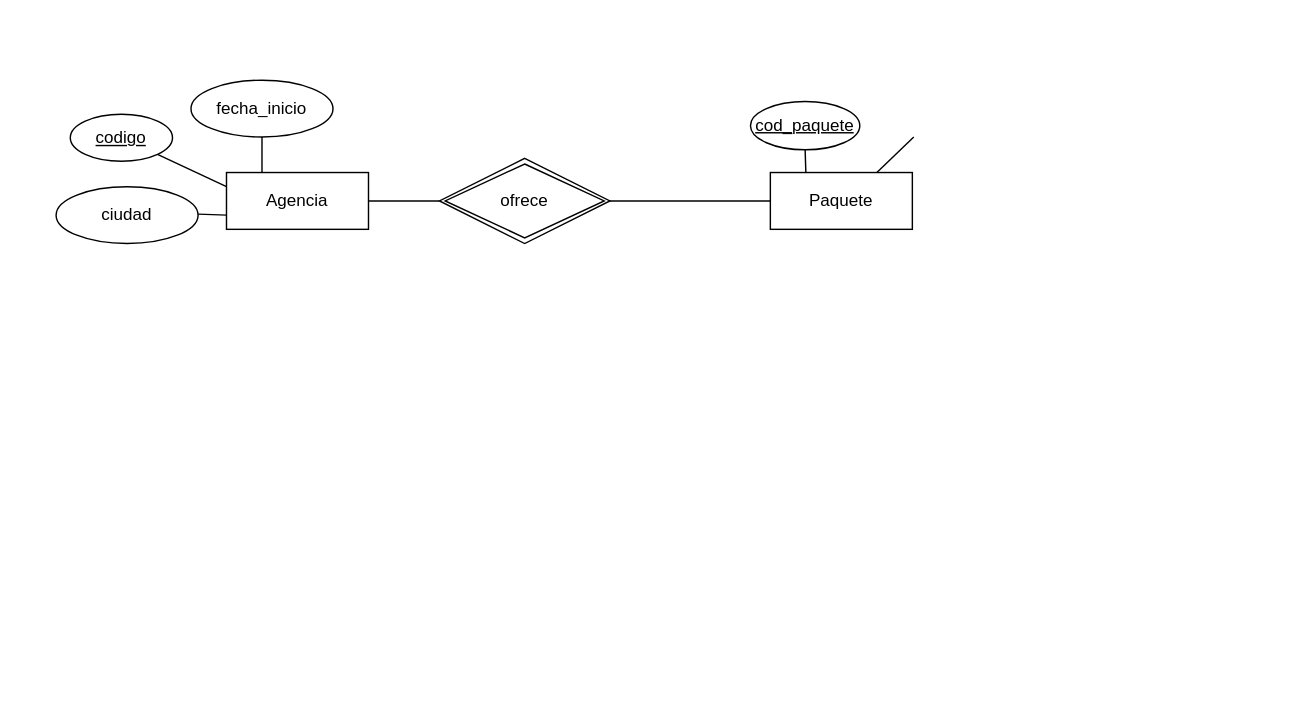
This is practica-1/agencia.drawio from leopoldo109/BDD-UNQ, a draw.io file, before an edit. Source tidied: cells renumbered, new cells numbered last; positions are measured from the earlier drawing's top-left corner, leaving out a move shared by most shapes. Both pictures are drawn from the tidied source at 142%, with x=0, y=0 at pixel (55, 80).
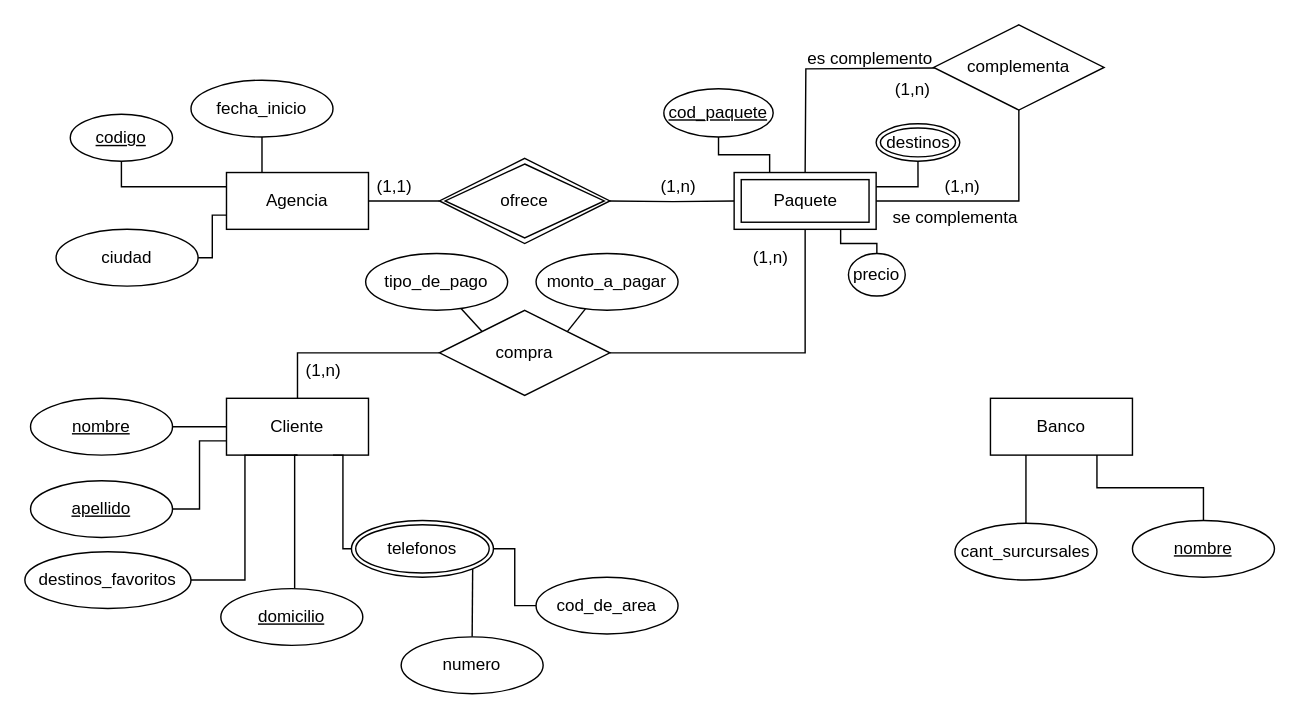
Above is the later version.

The change refers to these unchanged cells:
```xml
<mxCell id="2" value="Agencia" style="whiteSpace=wrap;html=1;align=center;" parent="1" vertex="1">
  <mxGeometry x="120" y="65" width="100" height="40" as="geometry" />
</mxCell>
<mxCell id="8" value="codigo" style="ellipse;whiteSpace=wrap;html=1;align=center;fontStyle=4;" parent="1" vertex="1">
  <mxGeometry x="10" y="24" width="72" height="33" as="geometry" />
</mxCell>
<mxCell id="10" value="ofrece" style="shape=rhombus;double=1;perimeter=rhombusPerimeter;whiteSpace=wrap;html=1;align=center;" parent="1" vertex="1">
  <mxGeometry x="270" y="55" width="120" height="60" as="geometry" />
</mxCell>
```

Change to the diagram source:
```diff
@@
-    <mxCell id="5" style="endArrow=none;html=1;rounded=0;fontSize=12;startSize=8;endSize=8;curved=1;exitX=0;exitY=0.75;exitDx=0;exitDy=0;" parent="1" edge="1" source="2" target="6">
+    <mxCell id="5" style="endArrow=none;html=1;rounded=0;fontSize=12;startSize=8;endSize=8;exitX=0;exitY=0.75;exitDx=0;exitDy=0;edgeStyle=orthogonalEdgeStyle;" parent="1" edge="1" source="2" target="6">
       <mxGeometry relative="1" as="geometry" />
     </mxCell>
     <mxCell id="6" value="ciudad" style="ellipse;whiteSpace=wrap;html=1;align=center;" parent="1" vertex="1">
-      <mxGeometry y="75" width="100" height="40" as="geometry" />
+      <mxGeometry y="105" width="100" height="40" as="geometry" />
     </mxCell>
-    <mxCell id="7" style="endArrow=none;html=1;rounded=0;fontSize=12;startSize=8;endSize=8;curved=1;exitX=0;exitY=0.25;exitDx=0;exitDy=0;" parent="1" edge="1" source="2" target="8">
+    <mxCell id="7" style="endArrow=none;html=1;rounded=0;fontSize=12;startSize=8;endSize=8;exitX=0;exitY=0.25;exitDx=0;exitDy=0;edgeStyle=orthogonalEdgeStyle;" parent="1" edge="1" source="2" target="8">
       <mxGeometry relative="1" as="geometry" />
     </mxCell>
@@
-    <mxCell id="9" style="endArrow=none;html=1;rounded=0;fontSize=12;startSize=8;endSize=8;curved=1;exitX=1;exitY=0.5;exitDx=0;exitDy=0;" parent="1" edge="1" source="2" target="10">
+    <mxCell id="9" style="endArrow=none;html=1;rounded=0;fontSize=12;startSize=8;endSize=8;exitX=1;exitY=0.5;exitDx=0;exitDy=0;edgeStyle=orthogonalEdgeStyle;" parent="1" edge="1" source="2" target="10">
       <mxGeometry relative="1" as="geometry" />
     </mxCell>
@@
-    <mxCell id="11" style="endArrow=none;html=1;rounded=0;fontSize=12;startSize=8;endSize=8;curved=1;exitX=1;exitY=0.5;exitDx=0;exitDy=0;" parent="1" edge="1" target="12">
+    <mxCell id="11" style="endArrow=none;html=1;rounded=0;fontSize=12;startSize=8;endSize=8;exitX=1;exitY=0.5;exitDx=0;exitDy=0;edgeStyle=orthogonalEdgeStyle;" parent="1" edge="1" target="12">
       <mxGeometry relative="1" as="geometry">
         <mxPoint x="390" y="85" as="sourcePoint" />
       </mxGeometry>
     </mxCell>
-    <mxCell id="12" value="Paquete" style="whiteSpace=wrap;html=1;align=center;" parent="1" vertex="1">
-      <mxGeometry x="503" y="65" width="100" height="40" as="geometry" />
-    </mxCell>
-    <mxCell id="13" style="endArrow=none;html=1;rounded=0;fontSize=12;startSize=8;endSize=8;curved=1;exitX=0.25;exitY=0;exitDx=0;exitDy=0;" parent="1" edge="1" source="12" target="14">
+    <mxCell id="13" style="endArrow=none;html=1;rounded=0;fontSize=12;startSize=8;endSize=8;exitX=0.25;exitY=0;exitDx=0;exitDy=0;edgeStyle=orthogonalEdgeStyle;" parent="1" edge="1" source="12" target="14">
       <mxGeometry relative="1" as="geometry" />
     </mxCell>
     <mxCell id="14" value="cod_paquete" style="ellipse;whiteSpace=wrap;html=1;align=center;fontStyle=4;" parent="1" vertex="1">
-      <mxGeometry x="489" y="15" width="77" height="34" as="geometry" />
+      <mxGeometry x="428" y="6" width="77" height="34" as="geometry" />
     </mxCell>
-    <mxCell id="15" style="endArrow=none;html=1;rounded=0;fontSize=12;startSize=8;endSize=8;curved=1;exitX=0.75;exitY=0;exitDx=0;exitDy=0;" parent="1" edge="1" source="12">
-      <mxGeometry relative="1" as="geometry">
-        <mxPoint x="604" y="40" as="targetPoint" />
-      </mxGeometry>
-    </mxCell>
+    <mxCell id="12" value="Paquete" style="shape=ext;margin=3;double=1;whiteSpace=wrap;html=1;align=center;" parent="1" vertex="1">
+      <mxGeometry x="477.5" y="65" width="100" height="40" as="geometry" />
+    </mxCell>
+    <mxCell id="16" style="endArrow=none;html=1;rounded=0;fontSize=12;startSize=8;endSize=8;exitX=0.75;exitY=1;exitDx=0;exitDy=0;edgeStyle=orthogonalEdgeStyle;" parent="1" edge="1" source="12" target="17">
+      <mxGeometry relative="1" as="geometry" />
+    </mxCell>
+    <mxCell id="17" value="precio" style="ellipse;whiteSpace=wrap;html=1;align=center;" parent="1" vertex="1">
+      <mxGeometry x="558" y="122" width="40" height="30" as="geometry" />
+    </mxCell>
+    <mxCell id="18" style="endArrow=none;html=1;rounded=0;fontSize=12;startSize=8;endSize=8;exitX=1;exitY=0.25;exitDx=0;exitDy=0;edgeStyle=orthogonalEdgeStyle;" parent="1" edge="1" source="12" target="19">
+      <mxGeometry relative="1" as="geometry" />
+    </mxCell>
+    <mxCell id="19" value="destinos" style="ellipse;shape=doubleEllipse;margin=3;whiteSpace=wrap;html=1;align=center;" parent="1" vertex="1">
+      <mxGeometry x="577.5" y="30.7" width="58.9" height="26.3" as="geometry" />
+    </mxCell>
+    <mxCell id="20" style="endArrow=none;html=1;rounded=0;fontSize=12;startSize=8;endSize=8;exitX=0.5;exitY=0;exitDx=0;exitDy=0;elbow=vertical;" parent="1" edge="1" source="12" target="21">
+      <mxGeometry relative="1" as="geometry">
+        <Array as="points">
+          <mxPoint x="528" y="-8" />
+        </Array>
+      </mxGeometry>
+    </mxCell>
+    <mxCell id="21" value="complementa" style="shape=rhombus;perimeter=rhombusPerimeter;whiteSpace=wrap;html=1;align=center;" parent="1" vertex="1">
+      <mxGeometry x="618" y="-39" width="120" height="60" as="geometry" />
+    </mxCell>
+    <mxCell id="22" style="endArrow=none;html=1;rounded=0;exitX=0.5;exitY=1;exitDx=0;exitDy=0;entryX=1;entryY=0.5;entryDx=0;entryDy=0;" parent="1" edge="1" source="21" target="12">
+      <mxGeometry relative="1" as="geometry">
+        <Array as="points">
+          <mxPoint x="678" y="85" />
+        </Array>
+      </mxGeometry>
+    </mxCell>
+    <mxCell id="23" value="es complemento" style="text;html=1;align=center;verticalAlign=middle;strokeColor=none;fillColor=none;" parent="1" vertex="1">
+      <mxGeometry x="518" y="-30" width="110" height="30" as="geometry" />
+    </mxCell>
+    <mxCell id="24" value="se complementa" style="text;html=1;align=center;verticalAlign=middle;strokeColor=none;fillColor=none;" parent="1" vertex="1">
+      <mxGeometry x="578" y="82" width="110" height="30" as="geometry" />
+    </mxCell>
+    <mxCell id="25" value="(1,n)" style="text;html=1;align=center;verticalAlign=middle;strokeColor=none;fillColor=none;" parent="1" vertex="1">
+      <mxGeometry x="577.5" y="-8" width="50" height="30" as="geometry" />
+    </mxCell>
+    <mxCell id="26" value="(1,n)" style="text;html=1;align=center;verticalAlign=middle;strokeColor=none;fillColor=none;" parent="1" vertex="1">
+      <mxGeometry x="613" y="60" width="50" height="30" as="geometry" />
+    </mxCell>
+    <mxCell id="27" value="(1,n)" style="text;html=1;align=center;verticalAlign=middle;strokeColor=none;fillColor=none;" parent="1" vertex="1">
+      <mxGeometry x="413" y="60" width="50" height="30" as="geometry" />
+    </mxCell>
+    <mxCell id="28" value="(1,1)" style="text;html=1;align=center;verticalAlign=middle;strokeColor=none;fillColor=none;" parent="1" vertex="1">
+      <mxGeometry x="213" y="60" width="50" height="30" as="geometry" />
+    </mxCell>
+    <mxCell id="29" style="endArrow=none;html=1;rounded=0;exitX=0.5;exitY=1;exitDx=0;exitDy=0;edgeStyle=orthogonalEdgeStyle;entryX=1;entryY=0.5;entryDx=0;entryDy=0;" parent="1" edge="1" source="12" target="30">
+      <mxGeometry relative="1" as="geometry" />
+    </mxCell>
+    <mxCell id="30" value="compra" style="shape=rhombus;perimeter=rhombusPerimeter;whiteSpace=wrap;html=1;align=center;" parent="1" vertex="1">
+      <mxGeometry x="270" y="162" width="120" height="60" as="geometry" />
+    </mxCell>
+    <mxCell id="31" style="endArrow=none;html=1;rounded=0;exitX=0;exitY=0.5;exitDx=0;exitDy=0;edgeStyle=orthogonalEdgeStyle;entryX=0.5;entryY=0;entryDx=0;entryDy=0;" parent="1" edge="1" source="30" target="32">
+      <mxGeometry relative="1" as="geometry" />
+    </mxCell>
+    <mxCell id="32" value="Cliente" style="whiteSpace=wrap;html=1;align=center;" parent="1" vertex="1">
+      <mxGeometry x="120" y="224" width="100" height="40" as="geometry" />
+    </mxCell>
+    <mxCell id="33" style="endArrow=none;html=1;rounded=0;exitX=0.75;exitY=1;exitDx=0;exitDy=0;edgeStyle=elbowEdgeStyle;" parent="1" edge="1" source="32" target="34">
+      <mxGeometry relative="1" as="geometry" />
+    </mxCell>
+    <mxCell id="34" value="telefonos" style="ellipse;shape=doubleEllipse;margin=3;whiteSpace=wrap;html=1;align=center;" parent="1" vertex="1">
+      <mxGeometry x="208" y="310" width="100" height="40" as="geometry" />
+    </mxCell>
+    <mxCell id="35" style="endArrow=none;html=1;rounded=0;edgeStyle=elbowEdgeStyle;exitX=0.5;exitY=1;exitDx=0;exitDy=0;" parent="1" edge="1" source="32" target="36">
+      <mxGeometry relative="1" as="geometry">
+        <Array as="points">
+          <mxPoint x="168" y="264" />
+        </Array>
+      </mxGeometry>
+    </mxCell>
+    <mxCell id="36" value="domicilio" style="ellipse;whiteSpace=wrap;html=1;align=center;fontStyle=4;" parent="1" vertex="1">
+      <mxGeometry x="116" y="358" width="100" height="40" as="geometry" />
+    </mxCell>
+    <mxCell id="37" style="endArrow=none;html=1;rounded=0;entryX=0;entryY=0.5;entryDx=0;entryDy=0;edgeStyle=elbowEdgeStyle;exitX=1;exitY=0.5;exitDx=0;exitDy=0;" parent="1" edge="1" source="38" target="32">
+      <mxGeometry relative="1" as="geometry" />
+    </mxCell>
+    <mxCell id="38" value="nombre" style="ellipse;whiteSpace=wrap;html=1;align=center;fontStyle=4;" parent="1" vertex="1">
+      <mxGeometry x="-18" y="224" width="100" height="40" as="geometry" />
+    </mxCell>
+    <mxCell id="39" style="endArrow=none;html=1;rounded=0;exitX=0;exitY=0.75;exitDx=0;exitDy=0;edgeStyle=elbowEdgeStyle;" parent="1" edge="1" source="32" target="40">
+      <mxGeometry relative="1" as="geometry" />
+    </mxCell>
+    <mxCell id="40" value="apellido" style="ellipse;whiteSpace=wrap;html=1;align=center;fontStyle=4;" parent="1" vertex="1">
+      <mxGeometry x="-18" y="282" width="100" height="40" as="geometry" />
+    </mxCell>
+    <mxCell id="41" style="endArrow=none;html=1;rounded=0;exitX=0.5;exitY=1;exitDx=0;exitDy=0;edgeStyle=elbowEdgeStyle;" parent="1" edge="1" source="32" target="42">
+      <mxGeometry relative="1" as="geometry" />
+    </mxCell>
+    <mxCell id="42" value="destinos_favoritos" style="ellipse;whiteSpace=wrap;html=1;align=center;" parent="1" vertex="1">
+      <mxGeometry x="-22" y="332" width="117" height="40" as="geometry" />
+    </mxCell>
+    <mxCell id="43" style="endArrow=none;html=1;rounded=0;exitX=1;exitY=0.5;exitDx=0;exitDy=0;edgeStyle=elbowEdgeStyle;" parent="1" edge="1" source="34" target="44">
+      <mxGeometry relative="1" as="geometry" />
+    </mxCell>
+    <mxCell id="44" value="cod_de_area" style="ellipse;whiteSpace=wrap;html=1;align=center;" parent="1" vertex="1">
+      <mxGeometry x="338" y="350" width="100" height="40" as="geometry" />
+    </mxCell>
+    <mxCell id="45" style="endArrow=none;html=1;rounded=0;exitX=1;exitY=1;exitDx=0;exitDy=0;edgeStyle=elbowEdgeStyle;" parent="1" edge="1" source="34" target="46">
+      <mxGeometry relative="1" as="geometry" />
+    </mxCell>
+    <mxCell id="46" value="numero" style="ellipse;whiteSpace=wrap;html=1;align=center;" parent="1" vertex="1">
+      <mxGeometry x="243" y="392" width="100" height="40" as="geometry" />
+    </mxCell>
+    <mxCell id="47" value="(1,n)" style="text;html=1;align=center;verticalAlign=middle;strokeColor=none;fillColor=none;" parent="1" vertex="1">
+      <mxGeometry x="477.5" y="110" width="50" height="30" as="geometry" />
+    </mxCell>
+    <mxCell id="48" value="(1,n)" style="text;html=1;align=center;verticalAlign=middle;strokeColor=none;fillColor=none;" parent="1" vertex="1">
+      <mxGeometry x="163" y="190" width="50" height="30" as="geometry" />
+    </mxCell>
+    <mxCell id="49" value="Banco" style="whiteSpace=wrap;html=1;align=center;" parent="1" vertex="1">
+      <mxGeometry x="658" y="224" width="100" height="40" as="geometry" />
+    </mxCell>
+    <mxCell id="50" style="endArrow=none;html=1;rounded=0;exitX=0.25;exitY=1;exitDx=0;exitDy=0;" parent="1" edge="1" source="49" target="51">
+      <mxGeometry relative="1" as="geometry" />
+    </mxCell>
+    <mxCell id="51" value="cant_surcursales" style="ellipse;whiteSpace=wrap;html=1;align=center;" parent="1" vertex="1">
+      <mxGeometry x="633" y="312" width="100" height="40" as="geometry" />
+    </mxCell>
+    <mxCell id="52" style="endArrow=none;html=1;rounded=0;exitX=0.75;exitY=1;exitDx=0;exitDy=0;edgeStyle=elbowEdgeStyle;entryX=0.5;entryY=0;entryDx=0;entryDy=0;" parent="1" edge="1" source="49" target="53">
+      <mxGeometry relative="1" as="geometry" />
+    </mxCell>
+    <mxCell id="53" value="nombre" style="ellipse;whiteSpace=wrap;html=1;align=center;fontStyle=4;" parent="1" vertex="1">
+      <mxGeometry x="758" y="310" width="100" height="40" as="geometry" />
+    </mxCell>
+    <mxCell id="54" style="endArrow=none;html=1;rounded=0;exitX=0;exitY=0;exitDx=0;exitDy=0;" parent="1" edge="1" source="30" target="55">
+      <mxGeometry relative="1" as="geometry" />
+    </mxCell>
+    <mxCell id="55" value="tipo_de_pago" style="ellipse;whiteSpace=wrap;html=1;align=center;" parent="1" vertex="1">
+      <mxGeometry x="218" y="122" width="100" height="40" as="geometry" />
+    </mxCell>
+    <mxCell id="56" style="endArrow=none;html=1;rounded=0;exitX=1;exitY=0;exitDx=0;exitDy=0;" parent="1" edge="1" source="30" target="57">
+      <mxGeometry relative="1" as="geometry" />
+    </mxCell>
+    <mxCell id="57" value="monto_a_pagar" style="ellipse;whiteSpace=wrap;html=1;align=center;" parent="1" vertex="1">
+      <mxGeometry x="338" y="122" width="100" height="40" as="geometry" />
+    </mxCell>
```
